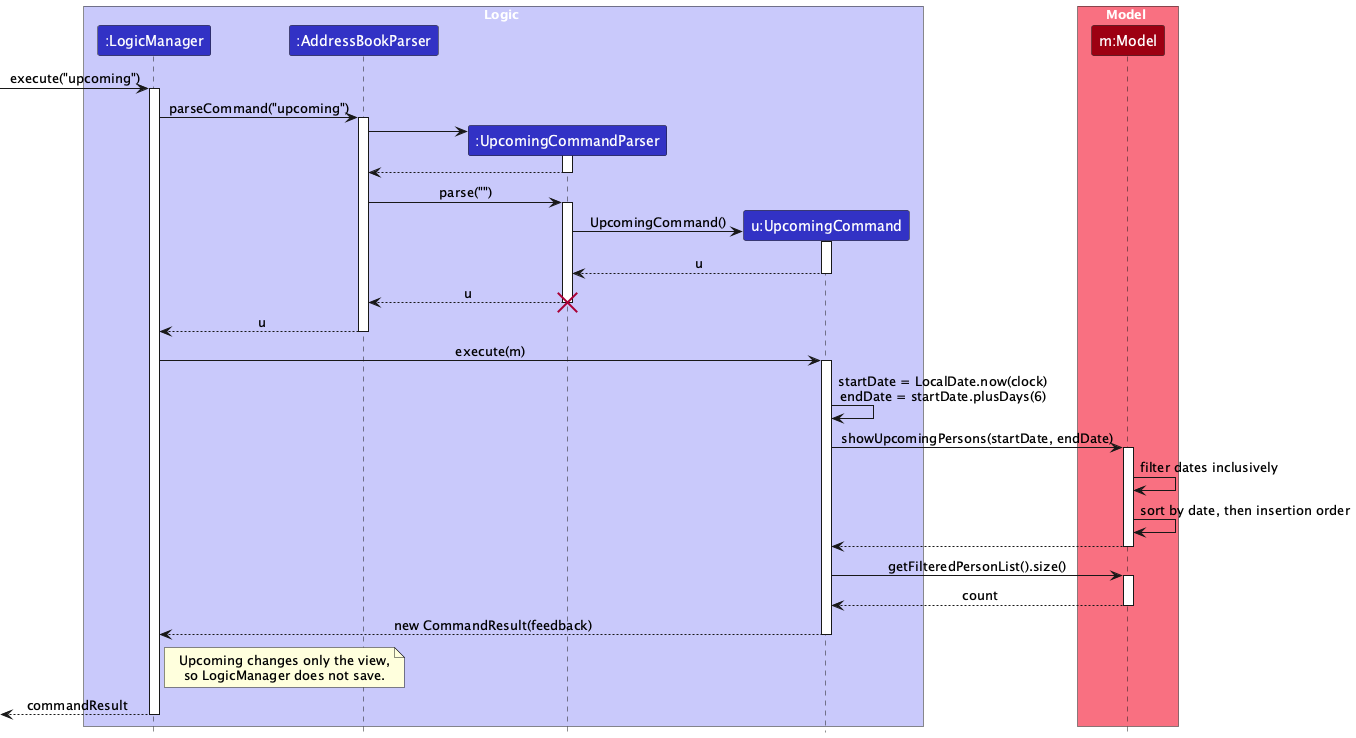
Earlier version of the PlantUML export docs/images/UpcomingSequenceDiagram.png (24JonW/tp).
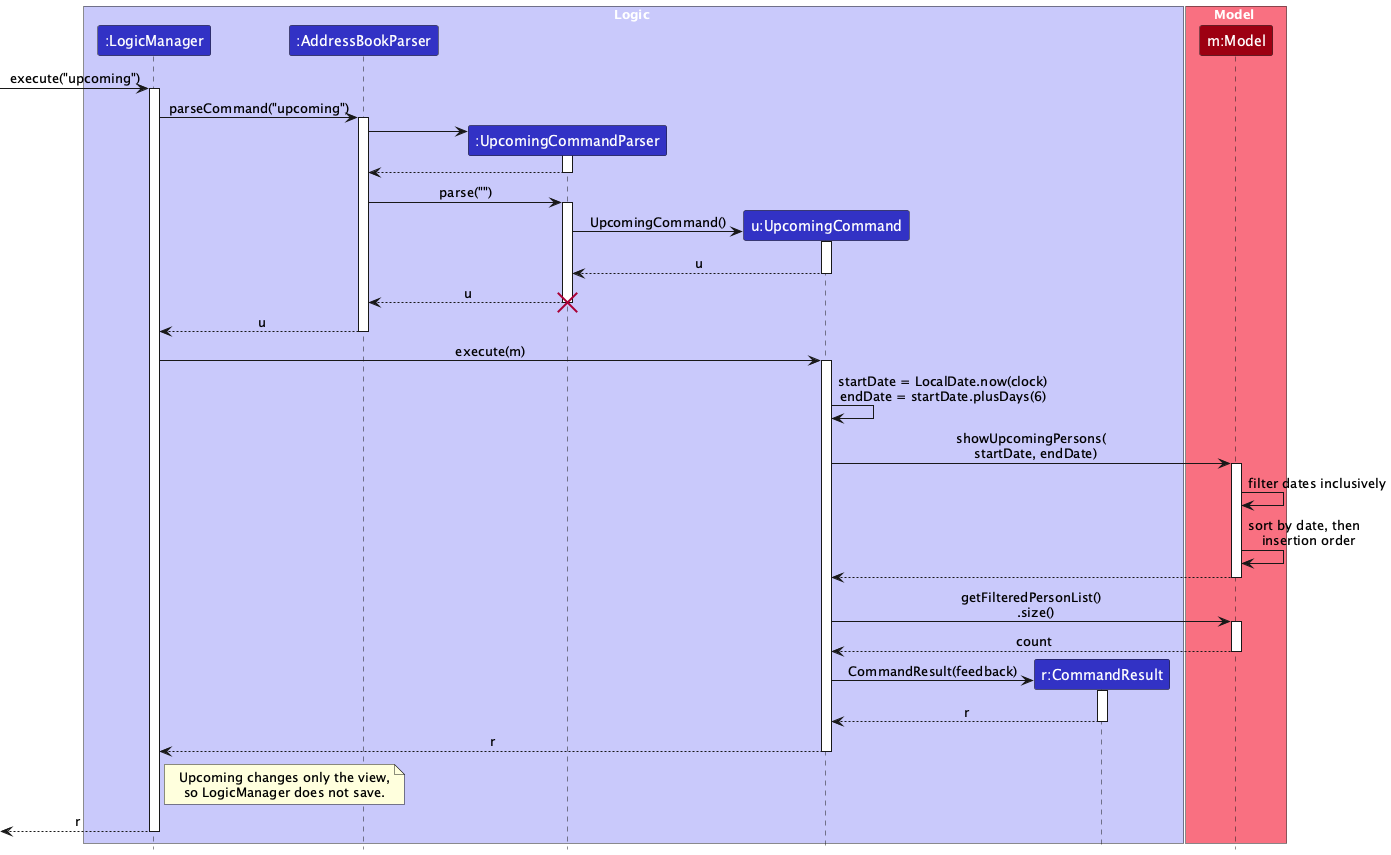
The same file after the commit.

The edit, as a diff of the source:
```diff
@@ -7,6 +7,7 @@
 participant ":AddressBookParser" as AddressBookParser LOGIC_COLOR
 participant ":UpcomingCommandParser" as UpcomingCommandParser LOGIC_COLOR
 participant "u:UpcomingCommand" as UpcomingCommand LOGIC_COLOR
+participant "r:CommandResult" as CommandResult LOGIC_COLOR
 end box
 
 box Model MODEL_COLOR_T1
@@ -45,21 +46,27 @@
 activate UpcomingCommand
 
 UpcomingCommand -> UpcomingCommand : startDate = LocalDate.now(clock)\nendDate = startDate.plusDays(6)
-UpcomingCommand -> Model : showUpcomingPersons(startDate, endDate)
+UpcomingCommand -> Model : showUpcomingPersons(\n  startDate, endDate)
 activate Model
 
 Model -> Model : filter dates inclusively
-Model -> Model : sort by date, then insertion order
+Model -> Model : sort by date, then\n  insertion order
 
 Model --> UpcomingCommand
 deactivate Model
 
-UpcomingCommand -> Model : getFilteredPersonList().size()
+UpcomingCommand -> Model : getFilteredPersonList()\n  .size()
 activate Model
 Model --> UpcomingCommand : count
 deactivate Model
 
-UpcomingCommand --> LogicManager : new CommandResult(feedback)
+create CommandResult
+UpcomingCommand -> CommandResult : CommandResult(feedback)
+activate CommandResult
+CommandResult --> UpcomingCommand : r
+deactivate CommandResult
+
+UpcomingCommand --> LogicManager : r
 deactivate UpcomingCommand
 
 note right of LogicManager
@@ -67,6 +74,6 @@
   so LogicManager does not save.
 end note
 
-[<-- LogicManager : commandResult
+[<-- LogicManager : r
 deactivate LogicManager
 @enduml
```
